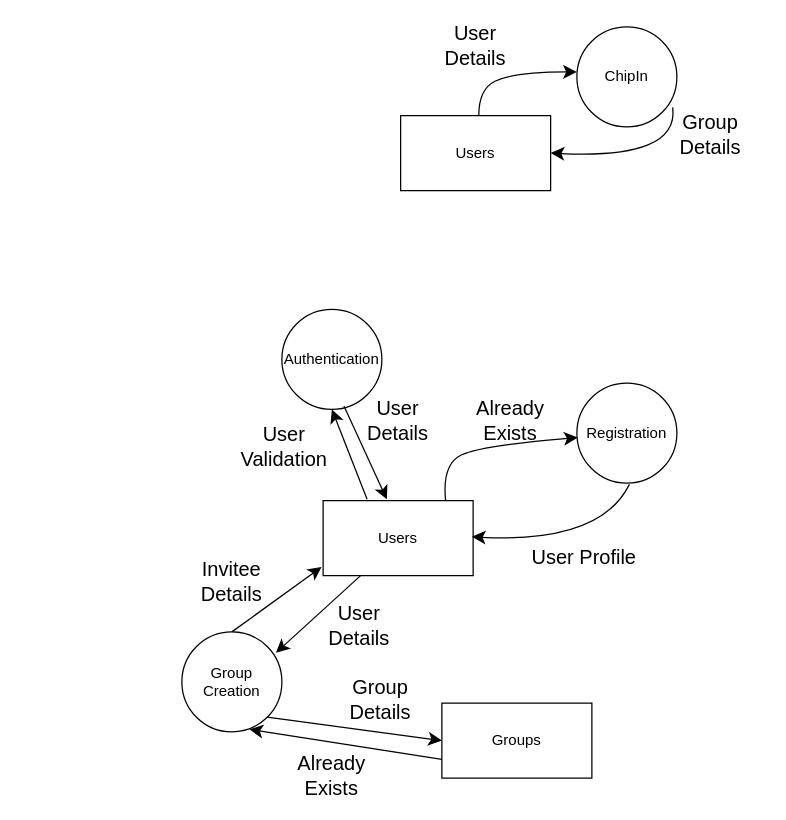
Sk-auser/ssa_project_sk keeps this draw.io diagram as Data Flow.drawio. Above is the earlier version. Source tidied: cells renumbered, new cells numbered last; positions are measured from the earlier drawing's top-left corner, leaving out a move shared by most shapes. Both pictures are drawn from the tidied source at 125%, with x=0, y=0 at pixel (178, 26).
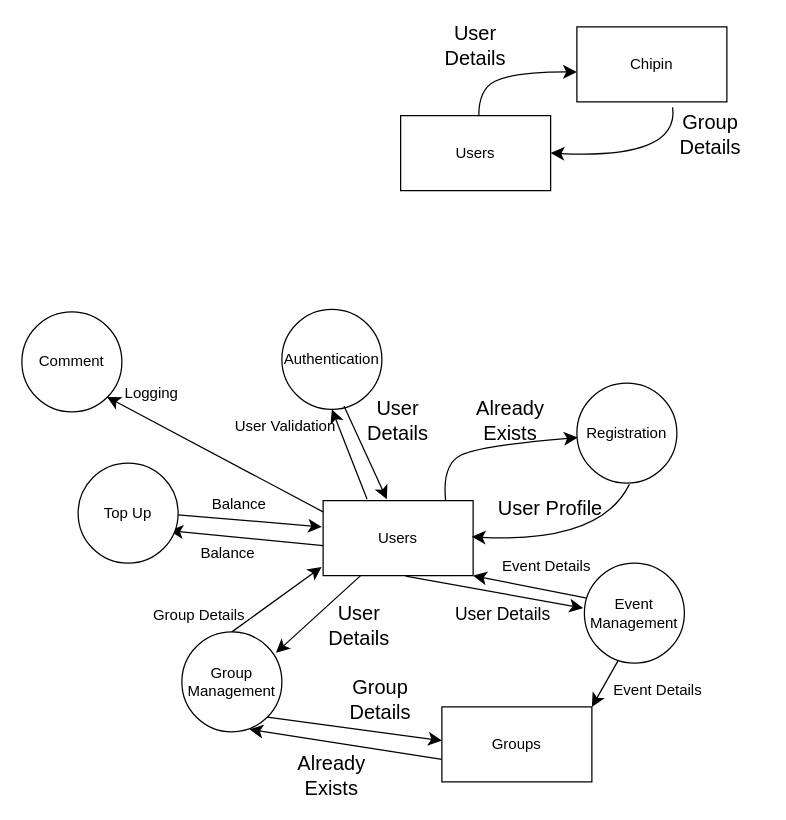
The same diagram, later.

Commit message:
Data Flow Wk 6

Unchanged cells that the change refers to:
```xml
<mxCell id="4" value="Users" style="rounded=0;whiteSpace=wrap;html=1;" parent="1" vertex="1">
  <mxGeometry x="178" y="71" width="120" height="60" as="geometry" />
</mxCell>
<mxCell id="9" value="Users" style="rounded=0;whiteSpace=wrap;html=1;" parent="1" vertex="1">
  <mxGeometry x="116" y="379" width="120" height="60" as="geometry" />
</mxCell>
```

Change to the diagram source:
```diff
@@
-    <mxCell id="2" value="ChipIn" style="ellipse;whiteSpace=wrap;html=1;" parent="1" vertex="1">
-      <mxGeometry x="319" width="80" height="80" as="geometry" />
-    </mxCell>
@@
-    <mxCell id="6" style="curved=1;endArrow=classic;html=1;rounded=0;fontSize=12;startSize=8;endSize=8;entryX=1;entryY=0.5;entryDx=0;entryDy=0;exitX=0.958;exitY=0.805;exitDx=0;exitDy=0;exitPerimeter=0;" parent="1" edge="1" source="2" target="4">
+    <mxCell id="6" style="curved=1;endArrow=classic;html=1;rounded=0;fontSize=12;startSize=8;endSize=8;entryX=1;entryY=0.5;entryDx=0;entryDy=0;exitX=0.958;exitY=0.805;exitDx=0;exitDy=0;exitPerimeter=0;" parent="1" edge="1" target="4">
       <mxGeometry relative="1" as="geometry">
+        <mxPoint x="395.6" y="64.4" as="sourcePoint" />
         <Array as="points">
           <mxPoint x="401" y="106" />
         </Array>
       </mxGeometry>
     </mxCell>
@@
     <mxCell id="10" value="User Profile" style="text;html=1;align=center;verticalAlign=middle;whiteSpace=wrap;rounded=0;fontSize=16;" parent="1" vertex="1">
-      <mxGeometry x="282" y="409" width="86" height="30" as="geometry" />
+      <mxGeometry x="255" y="370" width="86" height="30" as="geometry" />
     </mxCell>
@@
-    <mxCell id="16" value="User Validation" style="text;html=1;align=center;verticalAlign=middle;whiteSpace=wrap;rounded=0;fontSize=16;" parent="1" vertex="1">
-      <mxGeometry x="42" y="321" width="86" height="30" as="geometry" />
+    <mxCell id="16" value="&lt;font style=&quot;font-size: 12px;&quot;&gt;User Validation&lt;/font&gt;" style="text;html=1;align=center;verticalAlign=middle;whiteSpace=wrap;rounded=0;fontSize=16;" parent="1" vertex="1">
+      <mxGeometry x="43" y="303" width="86" height="30" as="geometry" />
     </mxCell>
-    <mxCell id="17" style="edgeStyle=none;curved=1;rounded=0;jettySize=auto;html=1;exitX=1;exitY=1;exitDx=0;exitDy=0;entryX=0;entryY=0.5;entryDx=0;entryDy=0;fontSize=12;startSize=8;endSize=8;" parent="1" edge="1" source="19" target="22">
-      <mxGeometry relative="1" as="geometry" />
+    <mxCell id="17" style="edgeStyle=none;curved=1;rounded=0;jettySize=auto;html=1;exitX=1;exitY=1;exitDx=0;exitDy=0;entryX=0;entryY=0.5;entryDx=0;entryDy=0;fontSize=12;startSize=8;endSize=8;" parent="1" edge="1" source="19">
+      <mxGeometry relative="1" as="geometry">
+        <mxPoint x="211" y="571" as="targetPoint" />
+      </mxGeometry>
     </mxCell>
@@
-    <mxCell id="19" value="Group Creation" style="ellipse;whiteSpace=wrap;html=1;" parent="1" vertex="1">
+    <mxCell id="19" value="Group Management" style="ellipse;whiteSpace=wrap;html=1;" parent="1" vertex="1">
       <mxGeometry x="3" y="484" width="80" height="80" as="geometry" />
     </mxCell>
@@
-    <mxCell id="22" value="Groups" style="rounded=0;whiteSpace=wrap;html=1;" parent="1" vertex="1">
-      <mxGeometry x="211" y="541" width="120" height="60" as="geometry" />
-    </mxCell>
@@
-    <mxCell id="24" value="Invitee Details" style="text;html=1;align=center;verticalAlign=middle;whiteSpace=wrap;rounded=0;fontSize=16;" parent="1" vertex="1">
-      <mxGeometry y="429" width="86" height="30" as="geometry" />
+    <mxCell id="24" value="&lt;font style=&quot;font-size: 12px;&quot;&gt;Group Details&lt;/font&gt;" style="text;html=1;align=center;verticalAlign=middle;whiteSpace=wrap;rounded=0;fontSize=16;" parent="1" vertex="1">
+      <mxGeometry x="-26" y="454" width="86" height="30" as="geometry" />
     </mxCell>
-    <mxCell id="25" style="edgeStyle=none;curved=1;rounded=0;jettySize=auto;html=1;exitX=0;exitY=0.75;exitDx=0;exitDy=0;entryX=0.675;entryY=0.975;entryDx=0;entryDy=0;entryPerimeter=0;fontSize=12;startSize=8;endSize=8;" parent="1" edge="1" source="22" target="19">
-      <mxGeometry relative="1" as="geometry" />
+    <mxCell id="25" style="edgeStyle=none;curved=1;rounded=0;jettySize=auto;html=1;exitX=0;exitY=0.75;exitDx=0;exitDy=0;entryX=0.675;entryY=0.975;entryDx=0;entryDy=0;entryPerimeter=0;fontSize=12;startSize=8;endSize=8;" parent="1" edge="1" target="19">
+      <mxGeometry relative="1" as="geometry">
+        <mxPoint x="211" y="586" as="sourcePoint" />
+      </mxGeometry>
     </mxCell>
@@
+    <mxCell id="29" style="endArrow=classic;html=1;rounded=0;fontSize=12;startSize=8;endSize=8;curved=1;exitX=0.55;exitY=1.007;exitDx=0;exitDy=0;exitPerimeter=0;" parent="1" edge="1" source="9">
+      <mxGeometry relative="1" as="geometry">
+        <mxPoint x="324" y="465" as="targetPoint" />
+      </mxGeometry>
+    </mxCell>
+    <mxCell id="30" style="endArrow=classic;html=1;rounded=0;fontSize=12;startSize=8;endSize=8;curved=1;" parent="1" edge="1">
+      <mxGeometry relative="1" as="geometry">
+        <mxPoint x="327" y="457" as="sourcePoint" />
+        <mxPoint x="236" y="439" as="targetPoint" />
+      </mxGeometry>
+    </mxCell>
+    <mxCell id="31" value="Event Management" style="ellipse;whiteSpace=wrap;html=1;" parent="1" vertex="1">
+      <mxGeometry x="325" y="429" width="80" height="80" as="geometry" />
+    </mxCell>
+    <mxCell id="32" value="Chipin" style="rounded=0;whiteSpace=wrap;html=1;" parent="1" vertex="1">
+      <mxGeometry x="319" width="120" height="60" as="geometry" />
+    </mxCell>
+    <mxCell id="22" value="Groups" style="rounded=0;whiteSpace=wrap;html=1;" parent="1" vertex="1">
+      <mxGeometry x="211" y="544" width="120" height="60" as="geometry" />
+    </mxCell>
+    <mxCell id="33" value="&lt;font style=&quot;font-size: 12px;&quot;&gt;Event Details&lt;/font&gt;" style="text;html=1;align=center;verticalAlign=middle;whiteSpace=wrap;rounded=0;fontSize=16;" parent="1" vertex="1">
+      <mxGeometry x="252" y="415" width="86" height="30" as="geometry" />
+    </mxCell>
+    <mxCell id="34" value="&lt;font style=&quot;font-size: 14px;&quot;&gt;User Details&amp;nbsp;&lt;/font&gt;" style="text;html=1;align=center;verticalAlign=middle;whiteSpace=wrap;rounded=0;fontSize=16;" parent="1" vertex="1">
+      <mxGeometry x="219" y="454" width="86" height="30" as="geometry" />
+    </mxCell>
+    <mxCell id="35" style="endArrow=classic;html=1;rounded=0;fontSize=12;startSize=8;endSize=8;curved=1;entryX=1;entryY=0;entryDx=0;entryDy=0;" parent="1" edge="1" target="22">
+      <mxGeometry relative="1" as="geometry">
+        <mxPoint x="352" y="507" as="sourcePoint" />
+      </mxGeometry>
+    </mxCell>
+    <mxCell id="36" value="&lt;font style=&quot;font-size: 12px;&quot;&gt;Event Details&lt;/font&gt;" style="text;html=1;align=center;verticalAlign=middle;whiteSpace=wrap;rounded=0;fontSize=16;" parent="1" vertex="1">
+      <mxGeometry x="341" y="514" width="86" height="30" as="geometry" />
+    </mxCell>
+    <mxCell id="37" style="endArrow=classic;html=1;rounded=0;fontSize=12;startSize=8;endSize=8;curved=1;exitX=0.293;exitY=-0.017;exitDx=0;exitDy=0;exitPerimeter=0;" parent="1" edge="1">
+      <mxGeometry relative="1" as="geometry">
+        <mxPoint x="116" y="415" as="sourcePoint" />
+        <mxPoint x="-7" y="403" as="targetPoint" />
+      </mxGeometry>
+    </mxCell>
+    <mxCell id="38" style="endArrow=classic;html=1;rounded=0;fontSize=12;startSize=8;endSize=8;curved=1;" parent="1" edge="1">
+      <mxGeometry relative="1" as="geometry">
+        <mxPoint x="-5" y="390" as="sourcePoint" />
+        <mxPoint x="115" y="400" as="targetPoint" />
+      </mxGeometry>
+    </mxCell>
+    <mxCell id="39" value="Top Up" style="ellipse;whiteSpace=wrap;html=1;" parent="1" vertex="1">
+      <mxGeometry x="-80" y="349" width="80" height="80" as="geometry" />
+    </mxCell>
+    <mxCell id="40" value="&lt;font style=&quot;font-size: 12px;&quot;&gt;Balance&lt;/font&gt;" style="text;html=1;align=center;verticalAlign=middle;whiteSpace=wrap;rounded=0;fontSize=16;" parent="1" vertex="1">
+      <mxGeometry x="6" y="365" width="86" height="30" as="geometry" />
+    </mxCell>
+    <mxCell id="41" value="&lt;font style=&quot;font-size: 12px;&quot;&gt;Balance&lt;/font&gt;" style="text;html=1;align=center;verticalAlign=middle;whiteSpace=wrap;rounded=0;fontSize=16;" parent="1" vertex="1">
+      <mxGeometry x="-3" y="404" width="86" height="30" as="geometry" />
+    </mxCell>
+    <mxCell id="42" style="endArrow=classic;html=1;rounded=0;fontSize=12;startSize=8;endSize=8;curved=1;exitX=0.293;exitY=-0.017;exitDx=0;exitDy=0;exitPerimeter=0;" parent="1" edge="1">
+      <mxGeometry relative="1" as="geometry">
+        <mxPoint x="116" y="388" as="sourcePoint" />
+        <mxPoint x="-57" y="296" as="targetPoint" />
+      </mxGeometry>
+    </mxCell>
+    <mxCell id="43" value="Comment" style="ellipse;whiteSpace=wrap;html=1;" parent="1" vertex="1">
+      <mxGeometry x="-125" y="228" width="80" height="80" as="geometry" />
+    </mxCell>
+    <mxCell id="44" value="&lt;font style=&quot;font-size: 12px;&quot;&gt;Logging&lt;/font&gt;" style="text;html=1;align=center;verticalAlign=middle;whiteSpace=wrap;rounded=0;fontSize=16;" parent="1" vertex="1">
+      <mxGeometry x="-64" y="276" width="86" height="30" as="geometry" />
+    </mxCell>
```
